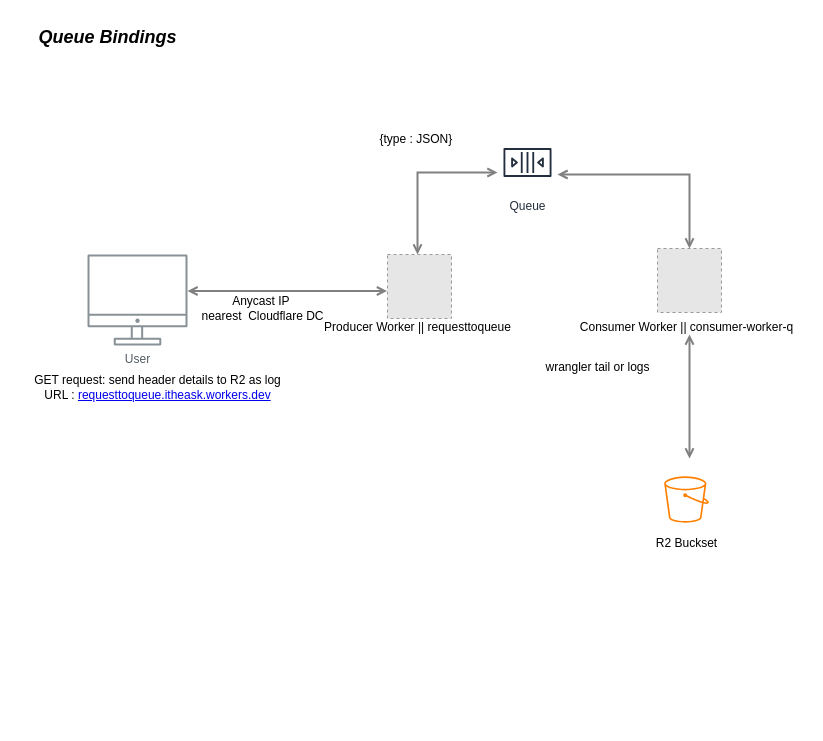
Earlier version of the draw.io diagram Queue Diagram.drawio (iamask/flowchart). Source tidied: cells renumbered, new cells numbered last; positions are measured from the earlier drawing's top-left corner, leaving out a move shared by most shapes. Both pictures are drawn from the tidied source at 100%, with x=0, y=0 at pixel (22, 17). Pictures stored in the file or linked from it are replaced by grey dashed boxes.
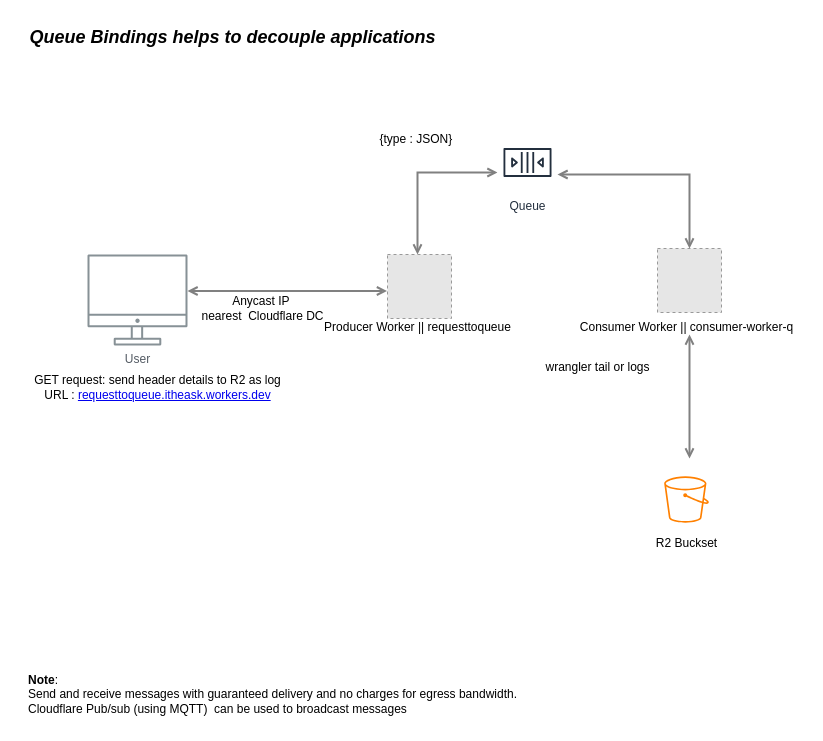
After the change.

The edit, as a diff of the source:
```diff
@@
-    <mxCell id="15" value="&lt;b&gt;&lt;i&gt;&lt;font style=&quot;font-size: 18px;&quot;&gt;Queue Bindings&lt;/font&gt;&lt;/i&gt;&lt;/b&gt;" style="text;html=1;align=center;verticalAlign=middle;strokeColor=none;fillColor=none;" parent="1" vertex="1">
-      <mxGeometry x="5" width="160" height="40" as="geometry" />
+    <mxCell id="15" value="&lt;b&gt;&lt;i&gt;&lt;font style=&quot;font-size: 18px;&quot;&gt;Queue Bindings helps to decouple applications&lt;/font&gt;&lt;/i&gt;&lt;/b&gt;" style="text;html=1;align=center;verticalAlign=middle;strokeColor=none;fillColor=none;" parent="1" vertex="1">
+      <mxGeometry x="-5" width="430" height="40" as="geometry" />
     </mxCell>
@@
+    <mxCell id="19" value="&lt;div style=&quot;text-align: left;&quot;&gt;&lt;b style=&quot;background-color: initial;&quot;&gt;Note&lt;/b&gt;&lt;span style=&quot;background-color: initial;&quot;&gt;:&lt;/span&gt;&lt;/div&gt;&lt;div style=&quot;text-align: left;&quot;&gt;&lt;span style=&quot;background-color: initial;&quot;&gt;Send and receive messages with guaranteed delivery and no charges for egress bandwidth.&lt;/span&gt;&lt;/div&gt;&lt;div style=&quot;text-align: left;&quot;&gt;&lt;span style=&quot;background-color: initial;&quot;&gt;Cloudflare Pub/sub (using MQTT)&amp;nbsp; can be used to broadcast messages&lt;/span&gt;&lt;/div&gt;" style="text;html=1;align=center;verticalAlign=middle;strokeColor=none;fillColor=none;" parent="1" vertex="1">
+      <mxGeometry x="-5" y="647" width="510" height="60" as="geometry" />
+    </mxCell>
```
